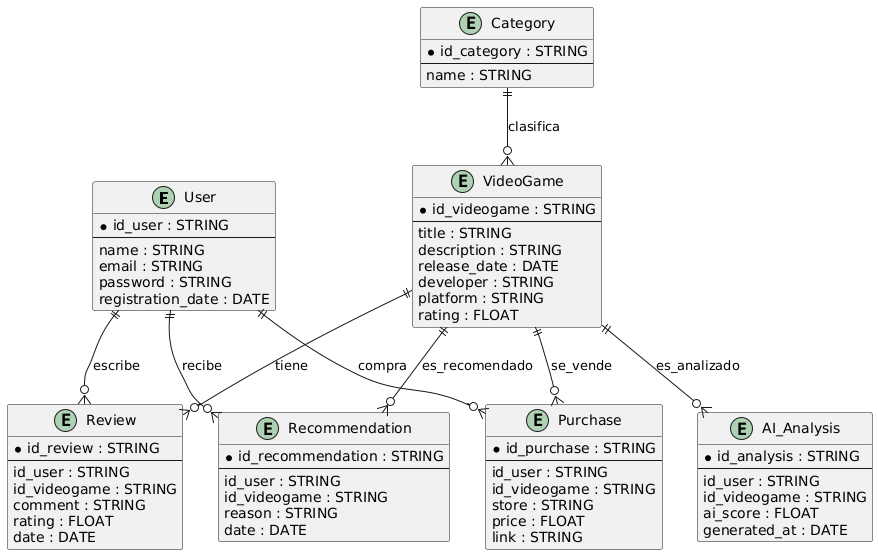
Ivannunezrodriguez/Proyecto_Unir keeps this PlantUML diagram as BBDD/DER.png. Above is the earlier version.
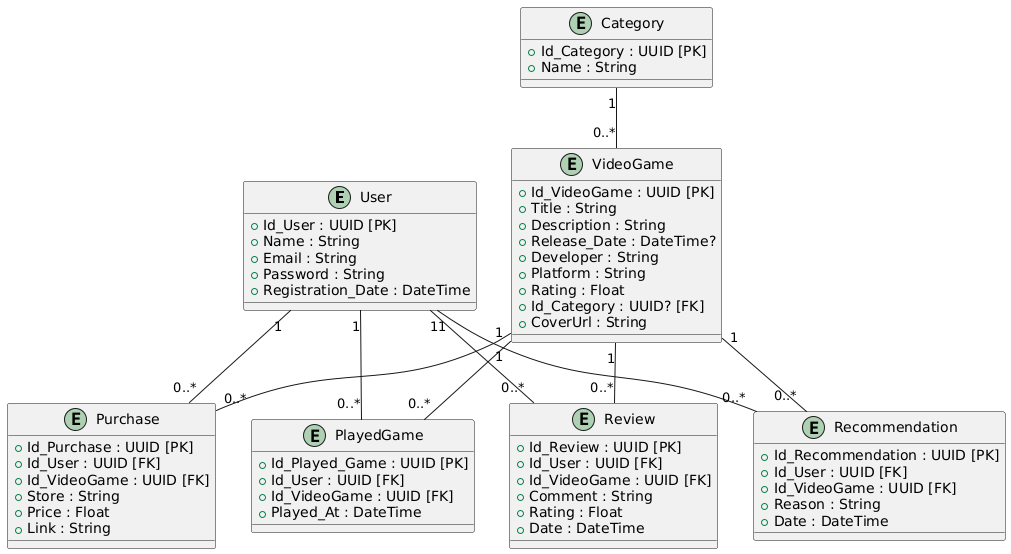
The same file after the commit.

Change to the diagram source:
```diff
@@ -1,76 +1,69 @@
 @startuml
-!define UUID STRING
-
-entity "User" {
-    * id_user : UUID
-    --
-    name : STRING
-    email : STRING
-    password : STRING
-    registration_date : DATE
+entity User {
+  +Id_User : UUID [PK]
+  +Name : String
+  +Email : String
+  +Password : String
+  +Registration_Date : DateTime
 }
 
-entity "VideoGame" {
-    * id_videogame : UUID
-    --
-    title : STRING
-    description : STRING
-    release_date : DATE
-    developer : STRING
-    platform : STRING
-    rating : FLOAT
+entity VideoGame {
+  +Id_VideoGame : UUID [PK]
+  +Title : String
+  +Description : String
+  +Release_Date : DateTime?
+  +Developer : String
+  +Platform : String
+  +Rating : Float
+  +Id_Category : UUID? [FK]
+  +CoverUrl : String
 }
 
-entity "Category" {
-    * id_category : UUID
-    --
-    name : STRING
+entity Category {
+  +Id_Category : UUID [PK]
+  +Name : String
 }
 
-entity "Review" {
-    * id_review : UUID
-    --
-    id_user : UUID
-    id_videogame : UUID
-    comment : STRING
-    rating : FLOAT
-    date : DATE
+entity Review {
+  +Id_Review : UUID [PK]
+  +Id_User : UUID [FK]
+  +Id_VideoGame : UUID [FK]
+  +Comment : String
+  +Rating : Float
+  +Date : DateTime
 }
 
-entity "Recommendation" {
-    * id_recommendation : UUID
-    --
-    id_user : UUID
-    id_videogame : UUID
-    reason : STRING
-    date : DATE
+entity Recommendation {
+  +Id_Recommendation : UUID [PK]
+  +Id_User : UUID [FK]
+  +Id_VideoGame : UUID [FK]
+  +Reason : String
+  +Date : DateTime
 }
 
-entity "Purchase" {
-    * id_purchase : UUID
-    --
-    id_user : UUID
-    id_videogame : UUID
-    store : STRING
-    price : FLOAT
-    link : STRING
+entity Purchase {
+  +Id_Purchase : UUID [PK]
+  +Id_User : UUID [FK]
+  +Id_VideoGame : UUID [FK]
+  +Store : String
+  +Price : Float
+  +Link : String
 }
 
-entity "AI_Analysis" {
-    * id_analysis : UUID
-    --
-    id_user : UUID
-    id_videogame : UUID
-    ai_score : FLOAT
-    generated_at : DATE
+entity PlayedGame {
+  +Id_Played_Game : UUID [PK]
+  +Id_User : UUID [FK]
+  +Id_VideoGame : UUID [FK]
+  +Played_At : DateTime
 }
 
-User ||--o{ Review : escribe
-User ||--o{ Recommendation : recibe
-User ||--o{ Purchase : compra
-VideoGame ||--o{ Review : tiene
-VideoGame ||--o{ Recommendation : es_recomendado
-VideoGame ||--o{ Purchase : se_vende
-VideoGame ||--o{ AI_Analysis : es_analizado
-Category ||--o{ VideoGame : clasifica
+User "1" -- "0..*" Review
+User "1" -- "0..*" Recommendation
+User "1" -- "0..*" Purchase
+User "1" -- "0..*" PlayedGame
+Category "1" -- "0..*" VideoGame
+VideoGame "1" -- "0..*" Review
+VideoGame "1" -- "0..*" Recommendation
+VideoGame "1" -- "0..*" Purchase
+VideoGame "1" -- "0..*" PlayedGame
 @enduml
```
